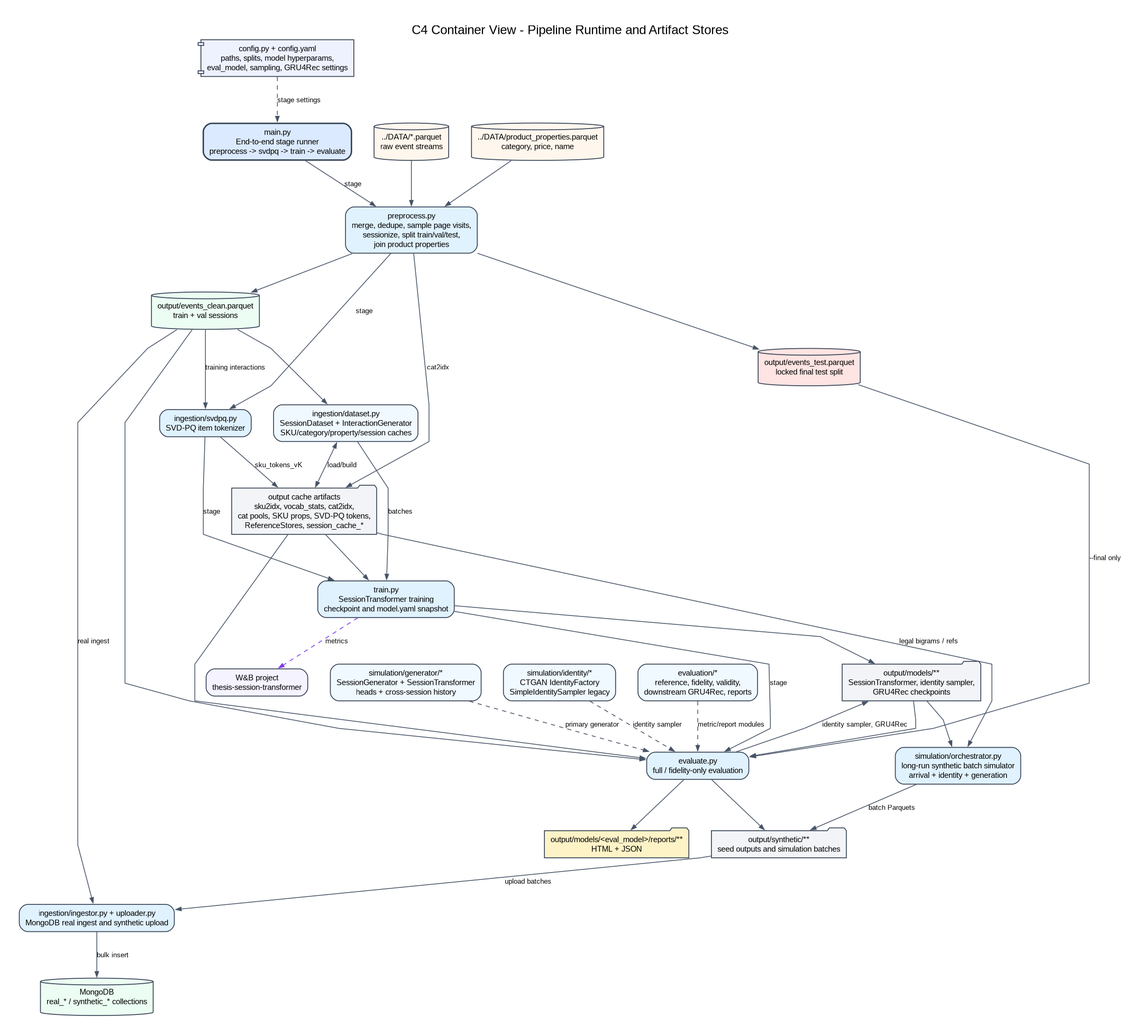
Earlier version of the Graphviz export code/diagrams/graphviz/02_c4_container_pipeline.png (mofumail/synth-data-gen). Its source is kept beside it as code/diagrams/graphviz/02_c4_container_pipeline.dot. Source of this version:
```dot
digraph c4_container_pipeline {

graph [
  fontname="Inter,Arial,sans-serif",
  fontsize=18,
  labelloc=t,
  margin=0.18,
  pad=0.2,
  ranksep=0.75,
  nodesep=0.45,
  splines=polyline,
  bgcolor="white"
];
node [
  fontname="Inter,Arial,sans-serif",
  fontsize=11,
  shape=box,
  style="rounded,filled",
  color="#344054",
  penwidth=1.2,
  fillcolor="#F8FAFC",
  margin="0.12,0.08"
];
edge [
  fontname="Inter,Arial,sans-serif",
  fontsize=10,
  color="#475467",
  arrowsize=0.75,
  penwidth=1.1
];

rankdir=TB;
label="C4 Container View - Pipeline Runtime and Artifact Stores";


main [label="main.py\nEnd-to-end stage runner\npreprocess -> svdpq -> train -> evaluate", fillcolor="#DBEAFE", penwidth=2.0];
config [label="config.py + config.yaml\npaths, splits, model hyperparams,\neval_model, sampling, GRU4Rec settings", shape=component, fillcolor="#EEF2FF"];

raw [label="../DATA/*.parquet\nraw event streams", shape=cylinder, fillcolor="#FFF7ED"];
props [label="../DATA/product_properties.parquet\ncategory, price, name", shape=cylinder, fillcolor="#FFF7ED"];
preprocess [label="preprocess.py\nmerge, dedupe, sample page visits,\nsessionize, split train/val/test,\njoin product properties", fillcolor="#E0F2FE"];
clean [label="output/events_clean.parquet\ntrain + val sessions", shape=cylinder, fillcolor="#ECFDF3"];
test [label="output/events_test.parquet\nlocked final test split", shape=cylinder, fillcolor="#FEE4E2"];

dataset [label="ingestion/dataset.py\nSessionDataset + InteractionGenerator\nSKU/category/property/session caches", fillcolor="#F0F9FF"];
svdpq [label="ingestion/svdpq.py\nSVD-PQ item tokenizer", fillcolor="#E0F2FE"];
caches [label="output cache artifacts\nsku2idx, vocab_stats, cat2idx,\ncat pools, SKU props, SVD-PQ tokens,\nReferenceStores, session_cache_*", shape=folder, fillcolor="#F2F4F7"];

train [label="train.py\nSessionTransformer training\ncheckpoint and model.yaml snapshot", fillcolor="#E0F2FE"];
wandb [label="W&B project\nthesis-session-transformer", shape=box, fillcolor="#F5F3FF"];
models [label="output/models/**\nSessionTransformer, identity sampler,\nGRU4Rec checkpoints", shape=folder, fillcolor="#F2F4F7"];

evaluate [label="evaluate.py\nfull / fidelity-only evaluation", fillcolor="#E0F2FE"];
generator [label="simulation/generator/*\nSessionGenerator + SessionTransformer\nheads + cross-session history", fillcolor="#F0F9FF"];
identity [label="simulation/identity/*\nCTGAN IdentityFactory\nSimpleIdentitySampler legacy", fillcolor="#F0F9FF"];
evaluation [label="evaluation/*\nreference, fidelity, validity,\ndownstream GRU4Rec, reports", fillcolor="#F0F9FF"];
reports [label="output/models/<eval_model>/reports/**\nHTML + JSON", shape=folder, fillcolor="#FEF3C7"];
synth [label="output/synthetic/**\nseed outputs and simulation batches", shape=folder, fillcolor="#F2F4F7"];

simulation [label="simulation/orchestrator.py\nlong-run synthetic batch simulator\narrival + identity + generation", fillcolor="#E0F2FE"];
ingestion [label="ingestion/ingestor.py + uploader.py\nMongoDB real ingest and synthetic upload", fillcolor="#E0F2FE"];
mongo [label="MongoDB\nreal_* / synthetic_* collections", shape=cylinder, fillcolor="#ECFDF3"];

main -> preprocess [label="stage"];
preprocess -> svdpq [label="stage"];
svdpq -> train [label="stage"];
train -> evaluate [label="stage"];
config -> main [style=dashed, label="stage settings"];

raw -> preprocess;
props -> preprocess;
preprocess -> clean;
preprocess -> test;
preprocess -> caches [label="cat2idx"];
clean -> dataset;
dataset -> caches [dir=both, label="load/build"];
dataset -> train [label="batches"];
clean -> svdpq [label="training interactions"];
svdpq -> caches [label="sku_tokens_vK"];
caches -> train;
train -> models;
train -> wandb [label="metrics", style=dashed, color="#7C3AED"];

models -> evaluate;
clean -> evaluate;
test -> evaluate [label="--final only"];
caches -> evaluate;
generator -> evaluate [style=dashed, label="primary generator"];
identity -> evaluate [style=dashed, label="identity sampler"];
evaluation -> evaluate [style=dashed, label="metric/report modules"];
evaluate -> reports;
evaluate -> synth;
evaluate -> models [label="identity sampler, GRU4Rec"];

models -> simulation;
caches -> simulation [label="legal bigrams / refs"];
simulation -> synth [label="batch Parquets"];
clean -> ingestion [label="real ingest"];
synth -> ingestion [label="upload batches"];
ingestion -> mongo [label="bulk insert"];

}
```
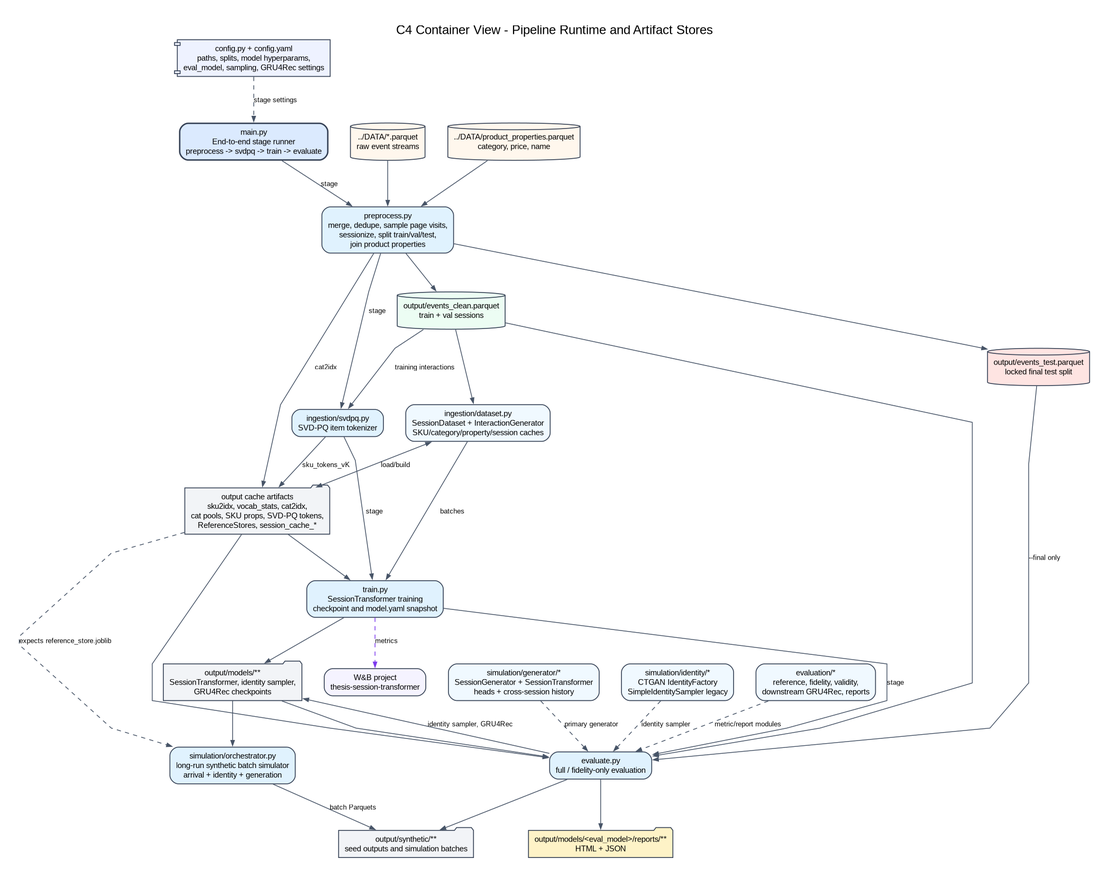
The same file after the commit.

The edit, as a diff of the source:
```diff
@@ -58,8 +58,6 @@
 synth [label="output/synthetic/**\nseed outputs and simulation batches", shape=folder, fillcolor="#F2F4F7"];
 
 simulation [label="simulation/orchestrator.py\nlong-run synthetic batch simulator\narrival + identity + generation", fillcolor="#E0F2FE"];
-ingestion [label="ingestion/ingestor.py + uploader.py\nMongoDB real ingest and synthetic upload", fillcolor="#E0F2FE"];
-mongo [label="MongoDB\nreal_* / synthetic_* collections", shape=cylinder, fillcolor="#ECFDF3"];
 
 main -> preprocess [label="stage"];
 preprocess -> svdpq [label="stage"];
@@ -93,10 +91,7 @@
 evaluate -> models [label="identity sampler, GRU4Rec"];
 
 models -> simulation;
-caches -> simulation [label="legal bigrams / refs"];
+caches -> simulation [style=dashed, label="expects reference_store.joblib"];
 simulation -> synth [label="batch Parquets"];
-clean -> ingestion [label="real ingest"];
-synth -> ingestion [label="upload batches"];
-ingestion -> mongo [label="bulk insert"];
 
 }
```
